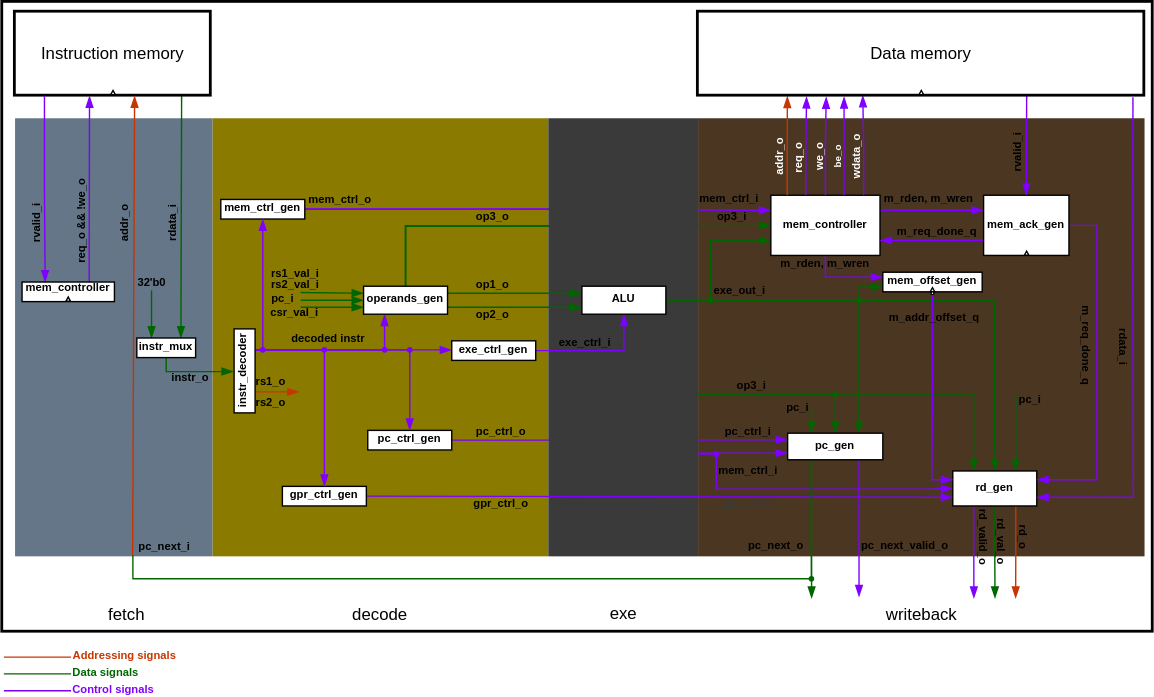
Kawanami-git/scholar-risc-v keeps this draw.io diagram as img/SCHOLAR_RISC-V_architecture.svg. Above is the earlier version. Source tidied: cells renumbered, new cells last; positions are measured from the earlier drawing's top-left corner, leaving out a move shared by most shapes.
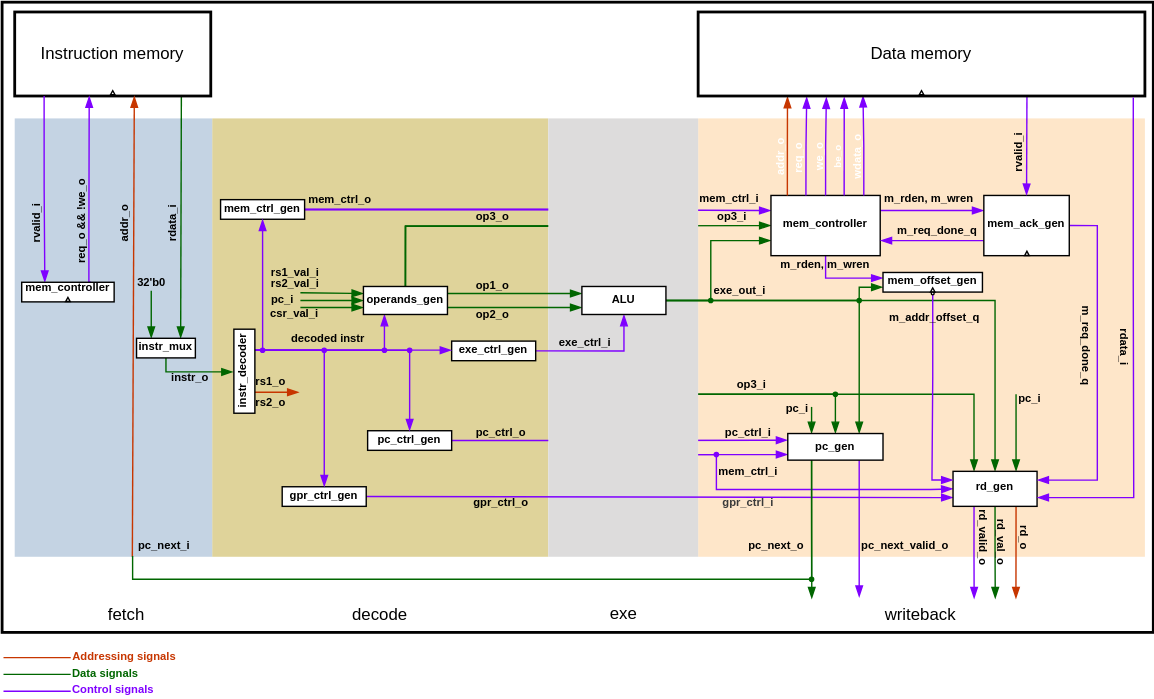
After the commit.

Commit message:
docs: Improve block design colors

What changed in the source:
```diff
@@ -5,10 +5,10 @@
     <mxCell id="2" style="rounded=0;whiteSpace=wrap;html=1;strokeWidth=2;noLabel=1;fillStyle=auto;fillColor=light-dark(#FFFFFF,#F4F3F3);" parent="1" vertex="1">
       <mxGeometry width="822" height="450" as="geometry" />
     </mxCell>
-    <mxCell id="3" style="rounded=0;whiteSpace=wrap;html=1;strokeColor=none;fillColor=light-dark(#8A7B00,#DFD39A);" parent="1" vertex="1">
+    <mxCell id="3" style="rounded=0;whiteSpace=wrap;html=1;strokeColor=none;fillColor=light-dark(#DFD39A,#DFD39A);" parent="1" vertex="1">
       <mxGeometry x="150" y="83" width="240" height="313" as="geometry" />
     </mxCell>
-    <mxCell id="4" style="rounded=0;whiteSpace=wrap;html=1;fillColor=light-dark(#4B3621,#FEE6C9);strokeColor=none;" parent="1" vertex="1">
+    <mxCell id="4" style="rounded=0;whiteSpace=wrap;html=1;fillColor=light-dark(#FEE6C9,#FEE6C9);strokeColor=none;" parent="1" vertex="1">
       <mxGeometry x="497" y="83" width="319" height="313" as="geometry" />
     </mxCell>
     <mxCell id="5" style="edgeStyle=orthogonalEdgeStyle;rounded=0;jettySize=auto;html=1;exitX=0.5;exitY=0;exitDx=0;exitDy=0;entryX=0;entryY=0.5;entryDx=0;entryDy=0;strokeColor=#006600;endArrow=blockThin;endFill=1;" parent="1" edge="1" source="139" target="48">
@@ -65,10 +65,10 @@
     <mxCell id="11" style="edgeStyle=orthogonalEdgeStyle;rounded=0;jettySize=auto;html=1;exitX=1;exitY=0.5;exitDx=0;exitDy=0;entryX=0;entryY=0.25;entryDx=0;entryDy=0;strokeColor=#7F00FF;endArrow=blockThin;endFill=1;" parent="1" edge="1" source="28" target="48">
       <mxGeometry relative="1" as="geometry" />
     </mxCell>
-    <mxCell id="12" style="rounded=0;whiteSpace=wrap;html=1;strokeColor=none;fillColor=light-dark(#3A3A3A,#DDDCDC);" parent="1" vertex="1">
+    <mxCell id="12" style="rounded=0;whiteSpace=wrap;html=1;strokeColor=none;fillColor=light-dark(#DDDCDC,#DDDCDC);" parent="1" vertex="1">
       <mxGeometry x="390" y="83" width="107" height="313" as="geometry" />
     </mxCell>
-    <mxCell id="13" style="rounded=0;whiteSpace=wrap;html=1;points=[[0,0.25,0,0,0],[0,0.5,0,0,0],[0,0.75,0,0,0],[0,1,0,0,0],[0.25,1,0,0,0],[0.5,1,0,0,0],[0.75,1,0,0,0],[1,0.25,0,0,0],[1,0.5,0,0,0],[1,0.75,0,0,0],[1,1,0,0,0]];fillColor=light-dark(#647687,#C4D3E3);fontColor=#ffffff;strokeColor=none;" parent="1" vertex="1">
+    <mxCell id="13" style="rounded=0;whiteSpace=wrap;html=1;points=[[0,0.25,0,0,0],[0,0.5,0,0,0],[0,0.75,0,0,0],[0,1,0,0,0],[0.25,1,0,0,0],[0.5,1,0,0,0],[0.75,1,0,0,0],[1,0.25,0,0,0],[1,0.5,0,0,0],[1,0.75,0,0,0],[1,1,0,0,0]];fillColor=light-dark(#C4D3E3,#C4D3E3);fontColor=#ffffff;strokeColor=none;" parent="1" vertex="1">
       <mxGeometry x="9" y="83" width="141" height="313" as="geometry" />
     </mxCell>
     <mxCell id="14" style="rounded=0;jettySize=auto;html=1;exitX=0.85;exitY=1;exitDx=0;exitDy=0;exitPerimeter=0;entryX=0.75;entryY=0;entryDx=0;entryDy=0;strokeColor=#006600;endArrow=blockThin;endFill=1;" parent="1" edge="1" source="15" target="136">
@@ -102,7 +102,7 @@
     <mxCell id="20" value="&lt;font style=&quot;font-size: 8px; color: light-dark(rgb(0, 0, 0), rgb(26, 26, 26));&quot;&gt;&lt;b style=&quot;&quot;&gt;32'b0&lt;/b&gt;&lt;/font&gt;" style="text;html=1;align=center;verticalAlign=middle;whiteSpace=wrap;rounded=0;rotation=0;" parent="1" vertex="1">
       <mxGeometry x="95" y="193" width="24" height="12" as="geometry" />
     </mxCell>
-    <mxCell id="21" value="&lt;b&gt;&lt;font style=&quot;font-size: 8px; color: light-dark(rgb(0, 0, 0), rgb(26, 26, 26));&quot;&gt;rvalid_i&lt;/font&gt;&lt;/b&gt;" style="text;html=1;align=center;verticalAlign=middle;whiteSpace=wrap;rounded=0;spacingBottom=4;textDirection=ltr;rotation=-90;strokeColor=none;" parent="1" vertex="1">
+    <mxCell id="21" value="&lt;b&gt;&lt;font style=&quot;font-size: 8px; color: light-dark(rgb(0, 0, 0), rgb(51, 51, 51));&quot;&gt;rvalid_i&lt;/font&gt;&lt;/b&gt;" style="text;html=1;align=center;verticalAlign=middle;whiteSpace=wrap;rounded=0;spacingBottom=4;textDirection=ltr;rotation=-90;strokeColor=none;" parent="1" vertex="1">
       <mxGeometry x="3" y="153.5" width="45" height="9" as="geometry" />
     </mxCell>
     <mxCell id="22" value="&lt;b&gt;&lt;font style=&quot;font-size: 8px; color: light-dark(rgb(0, 0, 0), rgb(26, 26, 26));&quot;&gt;req_o &amp;amp;&amp;amp; !we_o&lt;/font&gt;&lt;/b&gt;" style="text;html=1;align=center;verticalAlign=middle;whiteSpace=wrap;rounded=0;spacingBottom=4;textDirection=ltr;rotation=-90;" parent="1" vertex="1">
```
